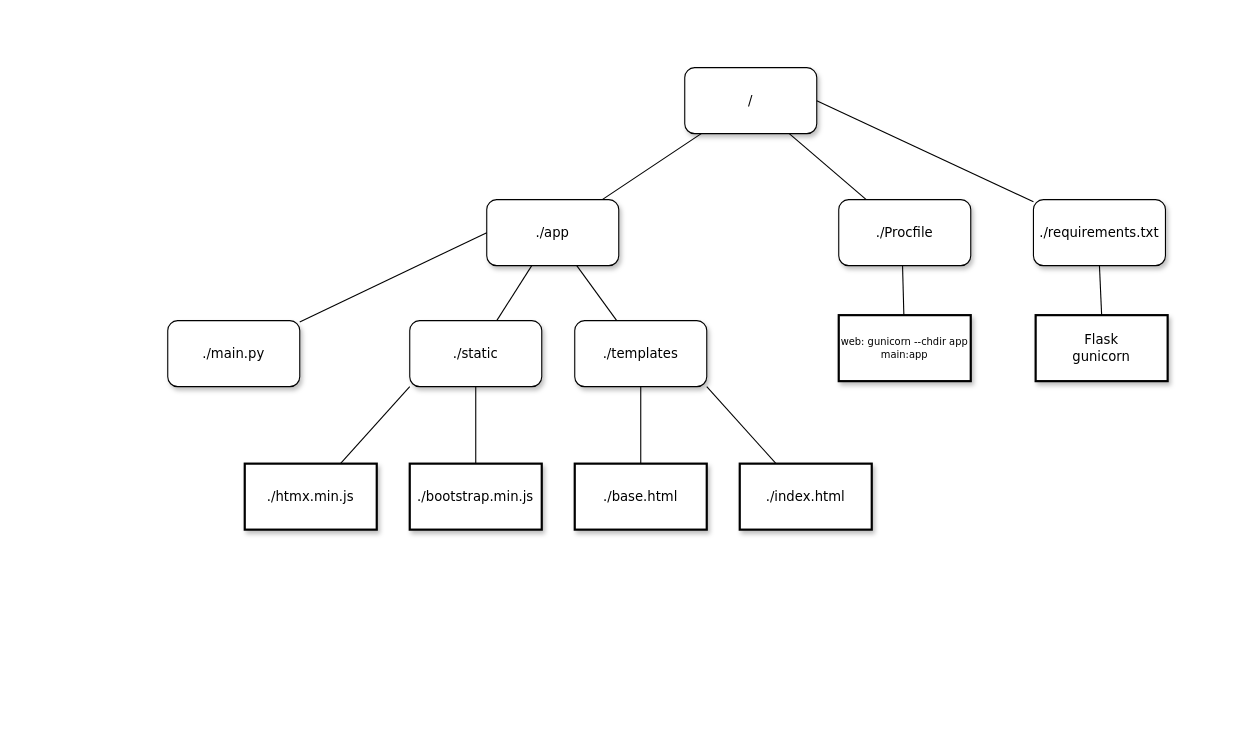
The draw.io diagram .diagrams/.deployment/deployment.drawio in Bilgecrank/hindsite, before the edit. Source tidied: cells renumbered, new cells numbered last; positions are measured from the earlier drawing's top-left corner, leaving out a move shared by most shapes. Both pictures are drawn from the tidied source at 110%, with x=0, y=0 at pixel (167, 67).
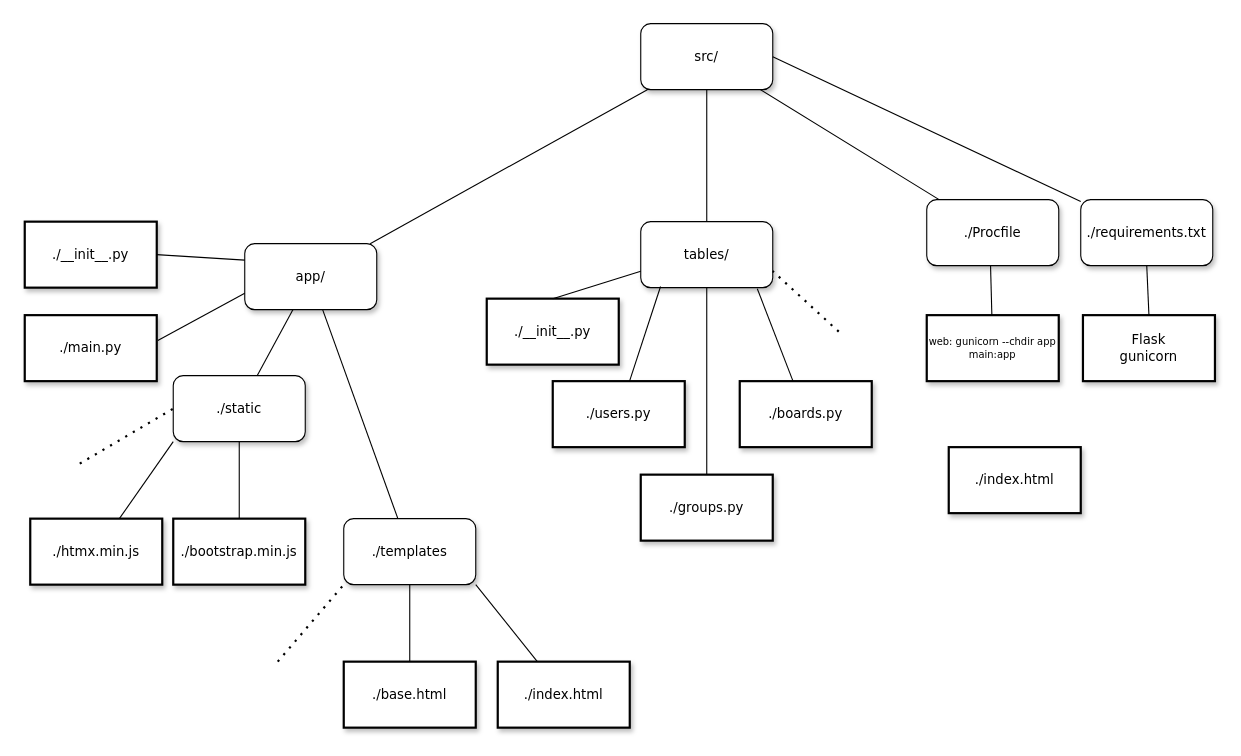
The same diagram, later.

The edit, as a diff of the source:
```diff
@@
-    <mxCell id="2" value="/" style="whiteSpace=wrap;html=1;rounded=1;shadow=1;labelBackgroundColor=none;strokeWidth=1;fontFamily=Verdana;fontSize=12;align=center;" parent="1" vertex="1">
-      <mxGeometry x="470" width="120" height="60" as="geometry" />
+    <mxCell id="2" value="src/" style="whiteSpace=wrap;html=1;rounded=1;shadow=1;labelBackgroundColor=none;strokeWidth=1;fontFamily=Verdana;fontSize=12;align=center;" parent="1" vertex="1">
+      <mxGeometry x="430" y="-40" width="120" height="60" as="geometry" />
     </mxCell>
-    <mxCell id="3" value="./app" style="whiteSpace=wrap;html=1;rounded=1;shadow=1;labelBackgroundColor=none;strokeWidth=1;fontFamily=Verdana;fontSize=12;align=center;" parent="1" vertex="1">
-      <mxGeometry x="290" y="120" width="120" height="60" as="geometry" />
+    <mxCell id="3" value="app/" style="whiteSpace=wrap;html=1;rounded=1;shadow=1;labelBackgroundColor=none;strokeWidth=1;fontFamily=Verdana;fontSize=12;align=center;" parent="1" vertex="1">
+      <mxGeometry x="70" y="160" width="120" height="60" as="geometry" />
     </mxCell>
     <mxCell id="4" value="./Procfile" style="whiteSpace=wrap;html=1;rounded=1;shadow=1;labelBackgroundColor=none;strokeWidth=1;fontFamily=Verdana;fontSize=12;align=center;" parent="1" vertex="1">
-      <mxGeometry x="610" y="120" width="120" height="60" as="geometry" />
+      <mxGeometry x="690" y="120" width="120" height="60" as="geometry" />
     </mxCell>
@@
     <mxCell id="7" value="./static" style="whiteSpace=wrap;html=1;rounded=1;shadow=1;labelBackgroundColor=none;strokeWidth=1;fontFamily=Verdana;fontSize=12;align=center;" parent="1" vertex="1">
-      <mxGeometry x="220" y="230" width="120" height="60" as="geometry" />
+      <mxGeometry x="5" y="280" width="120" height="60" as="geometry" />
     </mxCell>
     <mxCell id="8" value="./templates" style="whiteSpace=wrap;html=1;rounded=1;shadow=1;labelBackgroundColor=none;strokeWidth=1;fontFamily=Verdana;fontSize=12;align=center;" parent="1" vertex="1">
-      <mxGeometry x="370" y="230" width="120" height="60" as="geometry" />
+      <mxGeometry x="160" y="410" width="120" height="60" as="geometry" />
     </mxCell>
@@
     <mxCell id="11" value="./htmx.min.js" style="whiteSpace=wrap;html=1;rounded=0;shadow=1;labelBackgroundColor=none;strokeWidth=2;fontFamily=Verdana;fontSize=12;align=center;" parent="1" vertex="1">
-      <mxGeometry x="70" y="360" width="120" height="60" as="geometry" />
+      <mxGeometry x="-125" y="410" width="120" height="60" as="geometry" />
     </mxCell>
     <mxCell id="12" value="./bootstrap.min.js" style="whiteSpace=wrap;html=1;rounded=0;shadow=1;labelBackgroundColor=none;strokeWidth=2;fontFamily=Verdana;fontSize=12;align=center;" parent="1" vertex="1">
-      <mxGeometry x="220" y="360" width="120" height="60" as="geometry" />
+      <mxGeometry x="5" y="410" width="120" height="60" as="geometry" />
     </mxCell>
     <mxCell id="13" value="./index.html" style="whiteSpace=wrap;html=1;rounded=0;shadow=1;labelBackgroundColor=none;strokeWidth=2;fontFamily=Verdana;fontSize=12;align=center;" parent="1" vertex="1">
-      <mxGeometry x="520" y="360" width="120" height="60" as="geometry" />
+      <mxGeometry x="300" y="540" width="120" height="60" as="geometry" />
     </mxCell>
     <mxCell id="14" value="./requirements.txt" style="whiteSpace=wrap;html=1;rounded=1;shadow=1;labelBackgroundColor=none;strokeWidth=1;fontFamily=Verdana;fontSize=12;align=center;" parent="1" vertex="1">
-      <mxGeometry x="787" y="120" width="120" height="60" as="geometry" />
+      <mxGeometry x="830" y="120" width="120" height="60" as="geometry" />
     </mxCell>
@@
     <mxCell id="16" value="&lt;div&gt;Flask&lt;/div&gt;&lt;div&gt;gunicorn&lt;br&gt;&lt;/div&gt;" style="whiteSpace=wrap;html=1;rounded=0;shadow=1;labelBackgroundColor=none;strokeWidth=2;fontFamily=Verdana;fontSize=12;align=center;" parent="1" vertex="1">
-      <mxGeometry x="789" y="225" width="120" height="60" as="geometry" />
+      <mxGeometry x="832" y="225" width="120" height="60" as="geometry" />
     </mxCell>
     <mxCell id="17" value="&lt;div style=&quot;font-size: 9px;&quot;&gt;web: gunicorn --chdir app main:app&lt;br&gt;&lt;/div&gt;" style="whiteSpace=wrap;html=1;rounded=0;shadow=1;labelBackgroundColor=none;strokeWidth=2;fontFamily=Verdana;fontSize=12;align=center;" parent="1" vertex="1">
-      <mxGeometry x="610" y="225" width="120" height="60" as="geometry" />
+      <mxGeometry x="690" y="225" width="120" height="60" as="geometry" />
     </mxCell>
     <mxCell id="18" style="rounded=0;html=1;labelBackgroundColor=none;startArrow=none;startFill=0;startSize=5;endArrow=none;endFill=0;endSize=5;jettySize=auto;strokeWidth=1;fontFamily=Verdana;fontSize=12;exitX=0.5;exitY=1;exitDx=0;exitDy=0;" parent="1" edge="1" target="17">
       <mxGeometry x="0.14" y="16" relative="1" as="geometry">
-        <mxPoint x="668" y="180" as="sourcePoint" />
+        <mxPoint x="748" y="180" as="sourcePoint" />
       </mxGeometry>
     </mxCell>
@@
-    <mxCell id="20" value="./main.py" style="whiteSpace=wrap;html=1;rounded=1;shadow=1;labelBackgroundColor=none;strokeWidth=1;fontFamily=Verdana;fontSize=12;align=center;" parent="1" vertex="1">
-      <mxGeometry y="230" width="120" height="60" as="geometry" />
-    </mxCell>
-    <mxCell id="21" style="rounded=0;html=1;labelBackgroundColor=none;startArrow=none;startFill=0;startSize=5;endArrow=none;endFill=0;endSize=5;jettySize=auto;strokeWidth=1;fontFamily=Verdana;fontSize=12;exitX=0;exitY=0.5;exitDx=0;exitDy=0;" parent="1" edge="1" source="3" target="20">
+    <mxCell id="21" style="rounded=0;html=1;labelBackgroundColor=none;startArrow=none;startFill=0;startSize=5;endArrow=none;endFill=0;endSize=5;jettySize=auto;strokeWidth=1;fontFamily=Verdana;fontSize=12;exitX=0;exitY=0.75;exitDx=0;exitDy=0;entryX=1.008;entryY=0.383;entryDx=0;entryDy=0;entryPerimeter=0;" parent="1" edge="1" source="3" target="20">
       <mxGeometry x="-0.2" y="14" relative="1" as="geometry" />
     </mxCell>
     <mxCell id="22" value="./base.html" style="whiteSpace=wrap;html=1;rounded=0;shadow=1;labelBackgroundColor=none;strokeWidth=2;fontFamily=Verdana;fontSize=12;align=center;" parent="1" vertex="1">
-      <mxGeometry x="370" y="360" width="120" height="60" as="geometry" />
+      <mxGeometry x="160" y="540" width="120" height="60" as="geometry" />
     </mxCell>
@@
+    <mxCell id="27" style="rounded=0;html=1;labelBackgroundColor=none;startArrow=none;startFill=0;startSize=5;endArrow=none;endFill=0;endSize=5;jettySize=auto;strokeWidth=1;fontFamily=Verdana;fontSize=12;exitX=0;exitY=0.25;exitDx=0;exitDy=0;entryX=1;entryY=0.5;entryDx=0;entryDy=0;" parent="1" edge="1" source="3" target="30">
+      <mxGeometry x="-0.2" y="14" relative="1" as="geometry" />
+    </mxCell>
+    <mxCell id="28" value="tables/" style="whiteSpace=wrap;html=1;rounded=1;shadow=1;labelBackgroundColor=none;strokeWidth=1;fontFamily=Verdana;fontSize=12;align=center;" parent="1" vertex="1">
+      <mxGeometry x="430" y="140" width="120" height="60" as="geometry" />
+    </mxCell>
+    <mxCell id="29" style="endArrow=none;html=1;rounded=0;entryX=0.5;entryY=1;entryDx=0;entryDy=0;exitX=0.5;exitY=0;exitDx=0;exitDy=0;" parent="1" edge="1" source="28" target="2">
+      <mxGeometry relative="1" as="geometry" />
+    </mxCell>
+    <mxCell id="30" value="./__init__.py" style="whiteSpace=wrap;html=1;rounded=0;shadow=1;labelBackgroundColor=none;strokeWidth=2;fontFamily=Verdana;fontSize=12;align=center;" parent="1" vertex="1">
+      <mxGeometry x="-130" y="140" width="120" height="60" as="geometry" />
+    </mxCell>
+    <mxCell id="20" value="./main.py" style="whiteSpace=wrap;html=1;rounded=0;shadow=1;labelBackgroundColor=none;strokeWidth=2;fontFamily=Verdana;fontSize=12;align=center;" parent="1" vertex="1">
+      <mxGeometry x="-130" y="225" width="120" height="60" as="geometry" />
+    </mxCell>
+    <mxCell id="31" value="./index.html" style="whiteSpace=wrap;html=1;rounded=0;shadow=1;labelBackgroundColor=none;strokeWidth=2;fontFamily=Verdana;fontSize=12;align=center;" parent="1" vertex="1">
+      <mxGeometry x="710" y="345" width="120" height="60" as="geometry" />
+    </mxCell>
+    <mxCell id="32" value="./__init__.py" style="whiteSpace=wrap;html=1;rounded=0;shadow=1;labelBackgroundColor=none;strokeWidth=2;fontFamily=Verdana;fontSize=12;align=center;" parent="1" vertex="1">
+      <mxGeometry x="290" y="210" width="120" height="60" as="geometry" />
+    </mxCell>
+    <mxCell id="33" value="./users.py" style="whiteSpace=wrap;html=1;rounded=0;shadow=1;labelBackgroundColor=none;strokeWidth=2;fontFamily=Verdana;fontSize=12;align=center;" parent="1" vertex="1">
+      <mxGeometry x="350" y="285" width="120" height="60" as="geometry" />
+    </mxCell>
+    <mxCell id="34" value="./groups.py" style="whiteSpace=wrap;html=1;rounded=0;shadow=1;labelBackgroundColor=none;strokeWidth=2;fontFamily=Verdana;fontSize=12;align=center;" parent="1" vertex="1">
+      <mxGeometry x="430" y="370" width="120" height="60" as="geometry" />
+    </mxCell>
+    <mxCell id="35" value="./boards.py" style="whiteSpace=wrap;html=1;rounded=0;shadow=1;labelBackgroundColor=none;strokeWidth=2;fontFamily=Verdana;fontSize=12;align=center;" parent="1" vertex="1">
+      <mxGeometry x="520" y="285" width="120" height="60" as="geometry" />
+    </mxCell>
+    <mxCell id="36" style="endArrow=none;html=1;rounded=0;entryX=0;entryY=0.75;entryDx=0;entryDy=0;exitX=0.5;exitY=0;exitDx=0;exitDy=0;" parent="1" edge="1" source="32" target="28">
+      <mxGeometry relative="1" as="geometry" />
+    </mxCell>
+    <mxCell id="37" style="endArrow=none;html=1;rounded=0;entryX=0.15;entryY=0.983;entryDx=0;entryDy=0;entryPerimeter=0;" parent="1" edge="1" source="33" target="28">
+      <mxGeometry relative="1" as="geometry" />
+    </mxCell>
+    <mxCell id="38" style="endArrow=none;html=1;rounded=0;entryX=0.5;entryY=1;entryDx=0;entryDy=0;exitX=0.5;exitY=0;exitDx=0;exitDy=0;" parent="1" edge="1" source="34" target="28">
+      <mxGeometry relative="1" as="geometry" />
+    </mxCell>
+    <mxCell id="39" style="endArrow=none;html=1;rounded=0;entryX=0.883;entryY=1.017;entryDx=0;entryDy=0;entryPerimeter=0;" parent="1" edge="1" source="35" target="28">
+      <mxGeometry relative="1" as="geometry" />
+    </mxCell>
+    <mxCell id="40" style="endArrow=none;dashed=1;html=1;dashPattern=1 3;strokeWidth=2;rounded=0;entryX=1;entryY=0.75;entryDx=0;entryDy=0;" parent="1" edge="1" target="28">
+      <mxGeometry relative="1" as="geometry">
+        <mxPoint x="610" y="240" as="sourcePoint" />
+      </mxGeometry>
+    </mxCell>
+    <mxCell id="41" style="endArrow=none;dashed=1;html=1;dashPattern=1 3;strokeWidth=2;rounded=0;entryX=0;entryY=1;entryDx=0;entryDy=0;" parent="1" edge="1" target="8">
+      <mxGeometry relative="1" as="geometry">
+        <mxPoint x="100" y="540" as="sourcePoint" />
+      </mxGeometry>
+    </mxCell>
+    <mxCell id="42" style="endArrow=none;dashed=1;html=1;dashPattern=1 3;strokeWidth=2;rounded=0;entryX=0;entryY=0.5;entryDx=0;entryDy=0;" parent="1" edge="1" target="7">
+      <mxGeometry relative="1" as="geometry">
+        <mxPoint x="-80" y="360" as="sourcePoint" />
+      </mxGeometry>
+    </mxCell>
```
